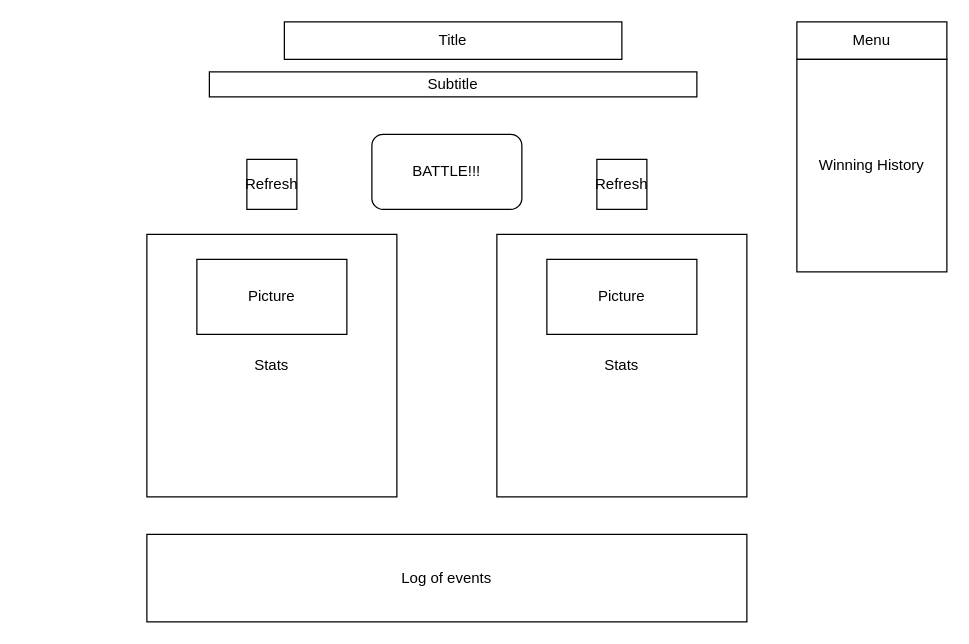
TheBeardless/pkmn-vs-app keeps this draw.io diagram as wireframe.drawio. Above is the earlier version. Source tidied: cells renumbered, new cells numbered last; positions are measured from the earlier drawing's top-left corner, leaving out a move shared by most shapes. Both pictures are drawn from the tidied source at 125%, with x=0, y=0 at pixel (146, 21).
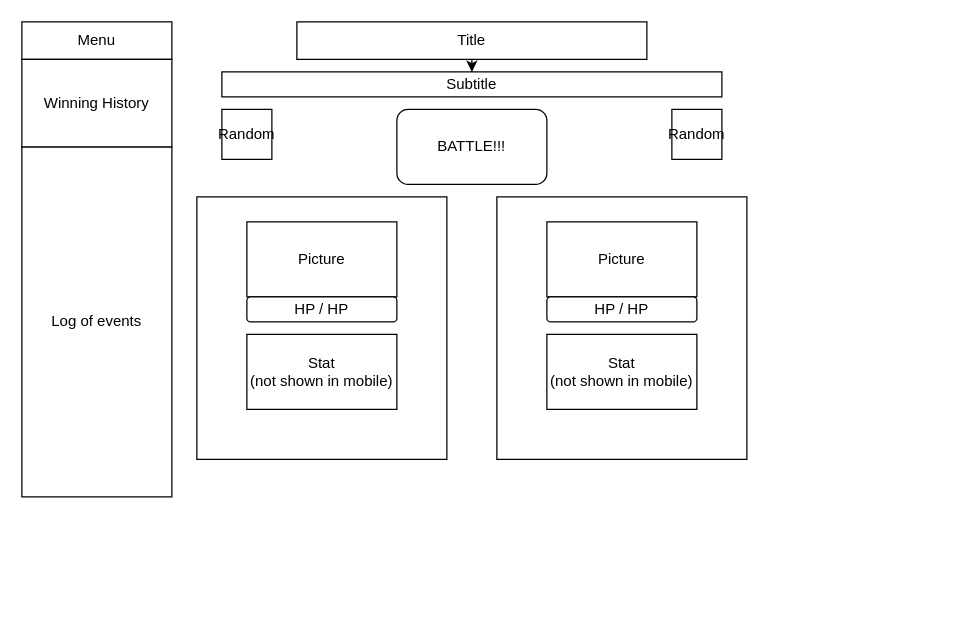
Above is the later version.

The edit, as a diff of the source:
```diff
@@
 <mxGraphModel>
   <root>
     <mxCell id="0" />
     <mxCell id="1" parent="0" />
+    <mxCell id="14" style="edgeStyle=orthogonalEdgeStyle;rounded=0;jettySize=auto;html=1;" parent="1" edge="1" source="2" target="3">
+      <mxGeometry relative="1" as="geometry" />
+    </mxCell>
     <mxCell id="2" value="Title" style="rounded=0;whiteSpace=wrap;html=1;" parent="1" vertex="1">
-      <mxGeometry x="110" width="270" height="30" as="geometry" />
+      <mxGeometry x="120" width="280" height="30" as="geometry" />
     </mxCell>
     <mxCell id="3" value="Subtitle" style="rounded=0;whiteSpace=wrap;html=1;" parent="1" vertex="1">
-      <mxGeometry x="50" y="40" width="390" height="20" as="geometry" />
+      <mxGeometry x="60" y="40" width="400" height="20" as="geometry" />
     </mxCell>
-    <mxCell id="4" value="Refresh" style="rounded=0;whiteSpace=wrap;html=1;" parent="1" vertex="1">
-      <mxGeometry x="80" y="110" width="40" height="40" as="geometry" />
+    <mxCell id="4" value="Random" style="rounded=0;whiteSpace=wrap;html=1;" parent="1" vertex="1">
+      <mxGeometry x="60" y="70" width="40" height="40" as="geometry" />
     </mxCell>
-    <mxCell id="5" value="Stats" style="rounded=0;whiteSpace=wrap;html=1;" parent="1" vertex="1">
-      <mxGeometry y="170" width="200" height="210" as="geometry" />
+    <mxCell id="5" style="rounded=0;whiteSpace=wrap;html=1;" parent="1" vertex="1">
+      <mxGeometry x="40" y="140" width="200" height="210" as="geometry" />
     </mxCell>
     <mxCell id="6" value="Picture" style="rounded=0;whiteSpace=wrap;html=1;" parent="1" vertex="1">
-      <mxGeometry x="40" y="190" width="120" height="60" as="geometry" />
+      <mxGeometry x="80" y="160" width="120" height="60" as="geometry" />
     </mxCell>
-    <mxCell id="7" value="Refresh" style="rounded=0;whiteSpace=wrap;html=1;" parent="1" vertex="1">
-      <mxGeometry x="360" y="110" width="40" height="40" as="geometry" />
+    <mxCell id="7" value="Random" style="rounded=0;whiteSpace=wrap;html=1;" parent="1" vertex="1">
+      <mxGeometry x="420" y="70" width="40" height="40" as="geometry" />
     </mxCell>
-    <mxCell id="8" value="Stats" style="rounded=0;whiteSpace=wrap;html=1;" parent="1" vertex="1">
-      <mxGeometry x="280" y="170" width="200" height="210" as="geometry" />
+    <mxCell id="8" style="rounded=0;whiteSpace=wrap;html=1;" parent="1" vertex="1">
+      <mxGeometry x="280" y="140" width="200" height="210" as="geometry" />
     </mxCell>
     <mxCell id="9" value="Picture" style="rounded=0;whiteSpace=wrap;html=1;" parent="1" vertex="1">
-      <mxGeometry x="320" y="190" width="120" height="60" as="geometry" />
+      <mxGeometry x="320" y="160" width="120" height="60" as="geometry" />
     </mxCell>
     <mxCell id="10" value="BATTLE!!!" style="rounded=1;whiteSpace=wrap;html=1;" parent="1" vertex="1">
-      <mxGeometry x="180" y="90" width="120" height="60" as="geometry" />
+      <mxGeometry x="200" y="70" width="120" height="60" as="geometry" />
     </mxCell>
     <mxCell id="11" value="Log of events" style="rounded=0;whiteSpace=wrap;html=1;" parent="1" vertex="1">
-      <mxGeometry y="410" width="480" height="70" as="geometry" />
+      <mxGeometry x="-100" y="100" width="120" height="280" as="geometry" />
     </mxCell>
     <mxCell id="12" value="Menu" style="rounded=0;whiteSpace=wrap;html=1;" parent="1" vertex="1">
-      <mxGeometry x="520" width="120" height="30" as="geometry" />
+      <mxGeometry x="-100" width="120" height="30" as="geometry" />
     </mxCell>
     <mxCell id="13" value="Winning History" style="rounded=0;whiteSpace=wrap;html=1;" parent="1" vertex="1">
-      <mxGeometry x="520" y="30" width="120" height="170" as="geometry" />
+      <mxGeometry x="-100" y="30" width="120" height="70" as="geometry" />
     </mxCell>
+    <mxCell id="15" value="HP / HP" style="rounded=1;whiteSpace=wrap;html=1;" parent="1" vertex="1">
+      <mxGeometry x="80" y="220" width="120" height="20" as="geometry" />
+    </mxCell>
+    <mxCell id="16" value="HP / HP" style="rounded=1;whiteSpace=wrap;html=1;" parent="1" vertex="1">
+      <mxGeometry x="320" y="220" width="120" height="20" as="geometry" />
+    </mxCell>
+    <mxCell id="17" value="Stat&lt;br&gt;(not shown in mobile)" style="rounded=0;whiteSpace=wrap;html=1;" parent="1" vertex="1">
+      <mxGeometry x="80" y="250" width="120" height="60" as="geometry" />
+    </mxCell>
+    <mxCell id="18" value="Stat&lt;br&gt;(not shown in mobile)" style="rounded=0;whiteSpace=wrap;html=1;" parent="1" vertex="1">
+      <mxGeometry x="320" y="250" width="120" height="60" as="geometry" />
+    </mxCell>
   </root>
 </mxGraphModel>
```
